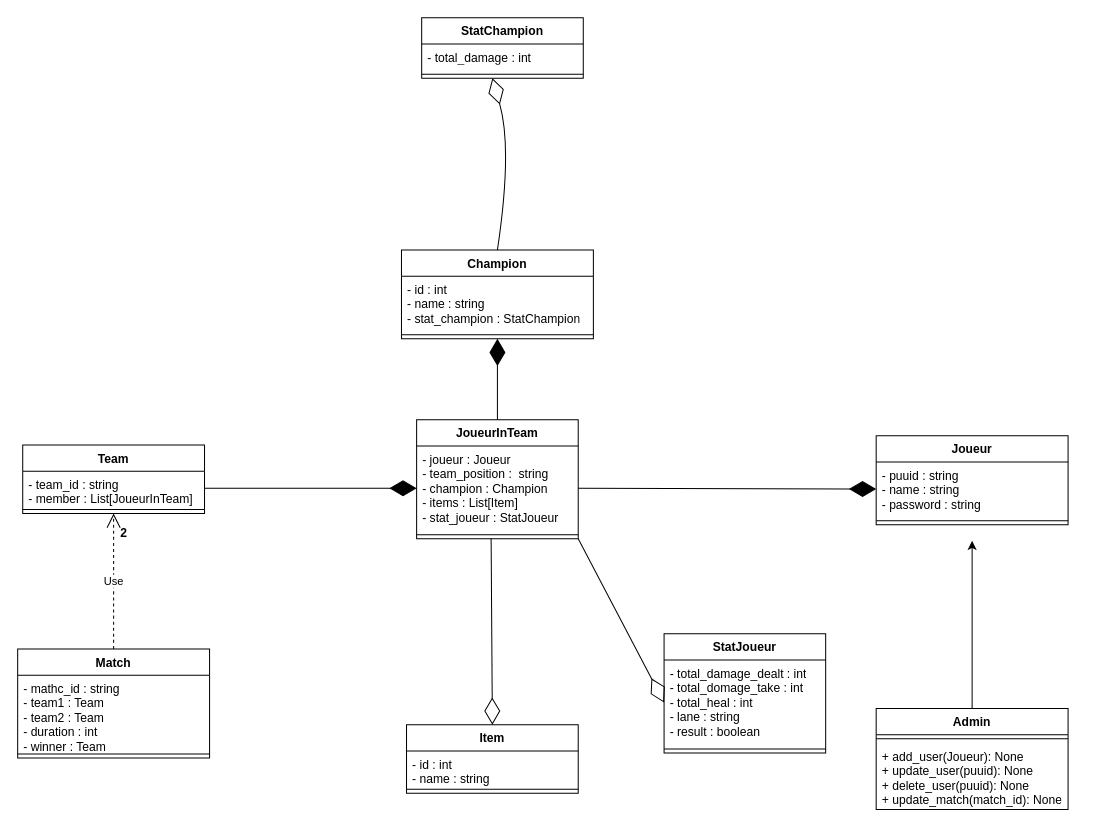
Earlier version of the draw.io diagram Image Prod/League of legends.drawio (Niyo-D-JC/HelpWork). Source tidied: cells renumbered, new cells numbered last; positions are measured from the earlier drawing's top-left corner, leaving out a move shared by most shapes. Both pictures are drawn from the tidied source at 101%, with x=0, y=0 at pixel (17, 17).
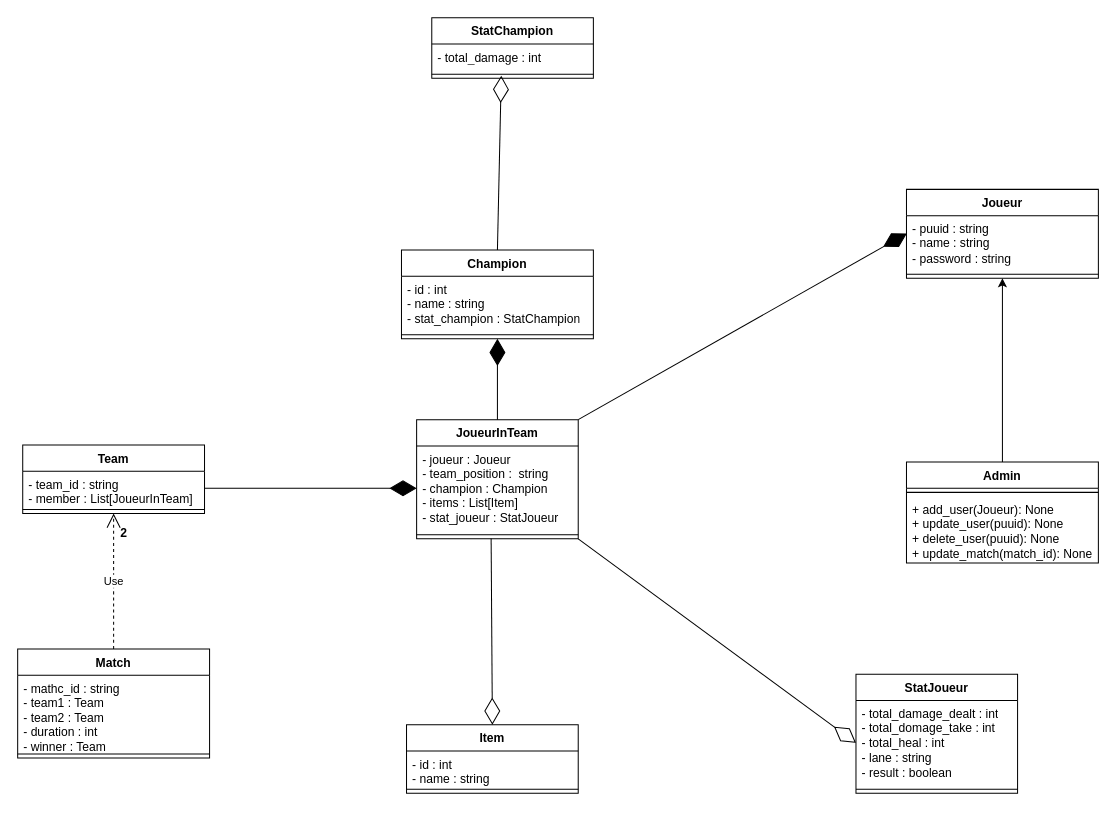
After the change.

Unchanged cells that the change refers to:
```xml
<mxCell id="4" style="line;strokeWidth=1;fillColor=none;align=left;verticalAlign=middle;spacingTop=-1;spacingLeft=3;spacingRight=3;labelPosition=right;points=[];portConstraint=eastwest;strokeColor=inherit;" parent="2" vertex="1">
  <mxGeometry y="52" width="160" height="8" as="geometry" />
</mxCell>
<mxCell id="9" value="- puuid : string&lt;br&gt;- name : string&lt;span style=&quot;white-space: pre;&quot;&gt;&#9;&lt;/span&gt;&lt;br&gt;- password : string" style="text;strokeColor=none;fillColor=none;align=left;verticalAlign=top;spacingLeft=4;spacingRight=4;overflow=hidden;points=[[0,0.5],[1,0.5]];portConstraint=eastwest;whiteSpace=wrap;html=1;" parent="8" vertex="1">
  <mxGeometry y="26" width="190" height="54" as="geometry" />
</mxCell>
<mxCell id="15" value="JoueurInTeam" style="swimlane;fontStyle=1;align=center;verticalAlign=top;horizontal=1;startSize=26;whiteSpace=wrap;html=1;" parent="1" vertex="1">
  <mxGeometry x="395" y="398" width="160" height="118" as="geometry" />
</mxCell>
<mxCell id="16" value="- joueur : Joueur&lt;br&gt;- team_position :&amp;nbsp; string&lt;br&gt;- champion : Champion&lt;br&gt;- items : List[Item]&lt;br&gt;- stat_joueur : StatJoueur" style="text;strokeColor=none;fillColor=none;align=left;verticalAlign=top;spacingLeft=4;spacingRight=4;overflow=hidden;points=[[0,0.5],[1,0.5]];portConstraint=eastwest;whiteSpace=wrap;html=1;" parent="15" vertex="1">
  <mxGeometry y="26" width="160" height="84" as="geometry" />
</mxCell>
<mxCell id="27" value="Champion" style="swimlane;fontStyle=1;align=center;verticalAlign=top;horizontal=1;startSize=26;whiteSpace=wrap;html=1;" parent="1" vertex="1">
  <mxGeometry x="380" y="230" width="190" height="88" as="geometry" />
</mxCell>
```

What changed in the source:
```diff
@@
     <mxCell id="2" value="StatChampion" style="swimlane;fontStyle=1;align=center;verticalAlign=top;horizontal=1;startSize=26;whiteSpace=wrap;html=1;" parent="1" vertex="1">
-      <mxGeometry x="400" width="160" height="60" as="geometry" />
+      <mxGeometry x="410" width="160" height="60" as="geometry" />
     </mxCell>
@@
     <mxCell id="5" value="StatJoueur" style="swimlane;fontStyle=1;align=center;verticalAlign=top;horizontal=1;startSize=26;whiteSpace=wrap;html=1;" parent="1" vertex="1">
-      <mxGeometry x="640" y="610" width="160" height="118" as="geometry" />
+      <mxGeometry x="830" y="650" width="160" height="118" as="geometry" />
     </mxCell>
@@
     <mxCell id="8" value="Joueur" style="swimlane;fontStyle=1;align=center;verticalAlign=top;horizontal=1;startSize=26;whiteSpace=wrap;html=1;" parent="1" vertex="1">
-      <mxGeometry x="850" y="414" width="190" height="88" as="geometry" />
+      <mxGeometry x="880" y="170" width="190" height="88" as="geometry" />
     </mxCell>
@@
-    <mxCell id="11" style="edgeStyle=orthogonalEdgeStyle;rounded=0;jettySize=auto;html=1;" parent="1" edge="1" source="12">
+    <mxCell id="11" style="edgeStyle=orthogonalEdgeStyle;rounded=0;jettySize=auto;html=1;entryX=0.5;entryY=1;entryDx=0;entryDy=0;" parent="1" edge="1" source="12" target="8">
       <mxGeometry relative="1" as="geometry">
-        <mxPoint x="945" y="518" as="targetPoint" />
+        <Array as="points">
+          <mxPoint x="975" y="400" />
+          <mxPoint x="975" y="400" />
+        </Array>
       </mxGeometry>
     </mxCell>
     <mxCell id="12" value="Admin" style="swimlane;fontStyle=1;align=center;verticalAlign=top;horizontal=1;startSize=26;whiteSpace=wrap;html=1;" parent="1" vertex="1">
-      <mxGeometry x="850" y="684" width="190" height="100" as="geometry" />
+      <mxGeometry x="880" y="440" width="190" height="100" as="geometry" />
     </mxCell>
@@
-    <mxCell id="31" style="endArrow=diamondThin;endFill=1;endSize=24;html=1;rounded=0;exitX=1;exitY=0.5;exitDx=0;exitDy=0;" parent="1" edge="1" source="16" target="9">
+    <mxCell id="31" style="endArrow=diamondThin;endFill=1;endSize=24;html=1;rounded=0;entryX=0.002;entryY=0.326;entryDx=0;entryDy=0;entryPerimeter=0;exitX=1;exitY=0;exitDx=0;exitDy=0;" parent="1" edge="1" source="15" target="9">
       <mxGeometry relative="1" as="geometry" />
     </mxCell>
@@
-    <mxCell id="36" style="endArrow=diamondThin;endFill=0;endSize=24;html=1;exitX=0.5;exitY=0;exitDx=0;exitDy=0;curved=1;" parent="1" edge="1" source="27">
-      <mxGeometry relative="1" as="geometry">
-        <mxPoint x="470" y="60" as="targetPoint" />
-        <Array as="points">
-          <mxPoint x="490" y="130" />
-        </Array>
-      </mxGeometry>
+    <mxCell id="36" style="endArrow=diamondThin;endFill=0;endSize=24;html=1;exitX=0.5;exitY=0;exitDx=0;exitDy=0;rounded=0;entryX=0.43;entryY=0.7;entryDx=0;entryDy=0;entryPerimeter=0;" parent="1" edge="1" source="27" target="4">
+      <mxGeometry relative="1" as="geometry" />
     </mxCell>
```
